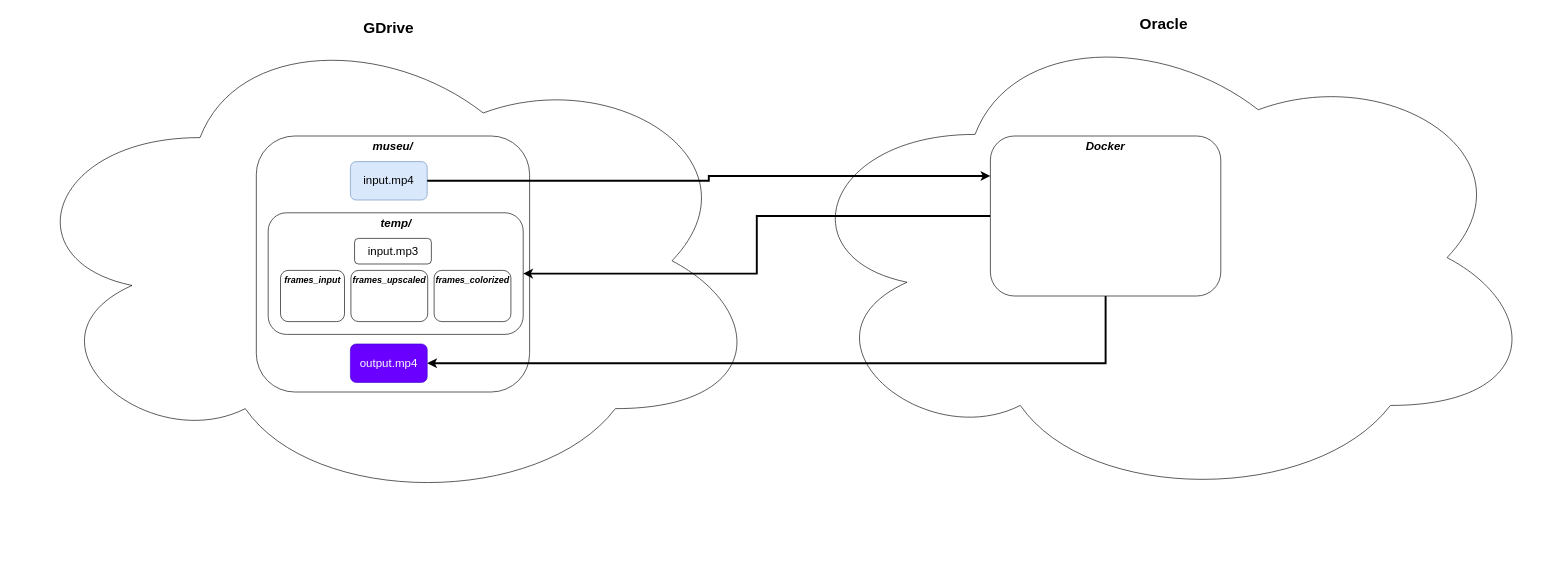
This is Diagrama sem nome.drawio from jrafaelrn/museu, a draw.io file, before an edit. Source tidied: cells renumbered, new cells numbered last; positions are measured from the earlier drawing's top-left corner, leaving out a move shared by most shapes. Both pictures are drawn from the tidied source at 64%, with x=0, y=0 at pixel (11, 11).
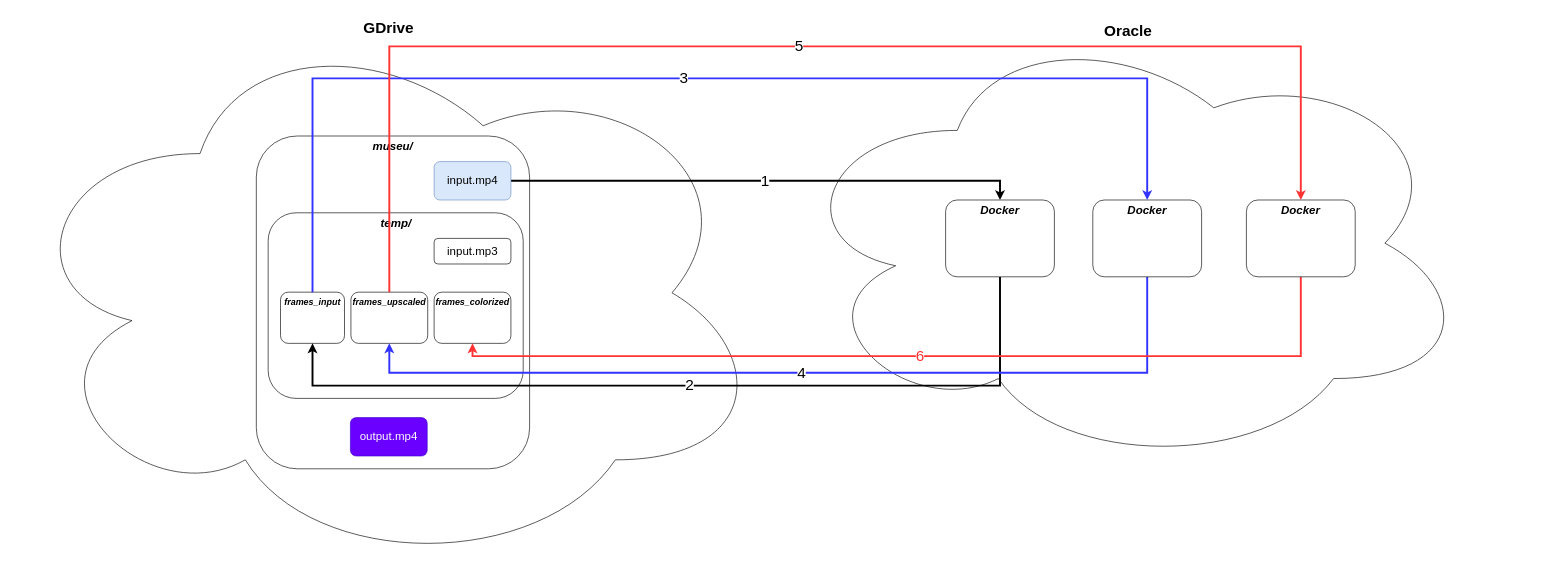
The same page after the edit.

The edit, as a diff of the source:
```diff
@@
-    <mxCell id="2" value="GDrive" style="ellipse;shape=cloud;whiteSpace=wrap;html=1;rounded=1;fontSize=24;horizontal=1;verticalAlign=top;fontStyle=1;" parent="1" vertex="1">
-      <mxGeometry y="5" width="1180" height="770" as="geometry" />
+    <mxCell id="2" value="GDrive" style="ellipse;shape=cloud;whiteSpace=wrap;html=1;rounded=1;fontSize=24;horizontal=1;verticalAlign=top;fontStyle=1;fillColor=default;" parent="1" vertex="1">
+      <mxGeometry y="5" width="1180" height="870" as="geometry" />
     </mxCell>
     <mxCell id="3" value="museu/" style="whiteSpace=wrap;html=1;rounded=1;verticalAlign=top;fontSize=18;fontStyle=3;" parent="1" vertex="1">
-      <mxGeometry x="383" y="195" width="427" height="400" as="geometry" />
+      <mxGeometry x="383" y="195" width="427" height="520" as="geometry" />
     </mxCell>
-    <mxCell id="4" value="input.mp4" style="rounded=1;whiteSpace=wrap;html=1;fontSize=18;fillColor=#dae8fc;strokeColor=#6c8ebf;" parent="1" vertex="1">
-      <mxGeometry x="530" y="235" width="120" height="60" as="geometry" />
-    </mxCell>
     <mxCell id="5" value="temp/" style="whiteSpace=wrap;html=1;rounded=1;verticalAlign=top;fontSize=18;fontStyle=3;" parent="1" vertex="1">
-      <mxGeometry x="401.5" y="315" width="398.5" height="190" as="geometry" />
+      <mxGeometry x="401.5" y="315" width="398.5" height="290" as="geometry" />
     </mxCell>
     <mxCell id="6" value="frames_input" style="whiteSpace=wrap;html=1;rounded=1;verticalAlign=top;fontSize=14;fontStyle=3;" parent="1" vertex="1">
-      <mxGeometry x="420.8" y="405" width="100" height="80" as="geometry" />
+      <mxGeometry x="420.8" y="439" width="100" height="80" as="geometry" />
     </mxCell>
     <mxCell id="7" value="frames_upscaled" style="whiteSpace=wrap;html=1;rounded=1;verticalAlign=top;fontSize=14;fontStyle=3;" parent="1" vertex="1">
-      <mxGeometry x="530.8" y="405" width="120" height="80" as="geometry" />
+      <mxGeometry x="530.8" y="439" width="120" height="80" as="geometry" />
     </mxCell>
     <mxCell id="8" value="frames_colorized" style="whiteSpace=wrap;html=1;rounded=1;verticalAlign=top;fontSize=14;fontStyle=3;" parent="1" vertex="1">
-      <mxGeometry x="660.8" y="405" width="120" height="80" as="geometry" />
+      <mxGeometry x="660.8" y="439" width="120" height="80" as="geometry" />
     </mxCell>
     <mxCell id="9" value="output.mp4" style="rounded=1;whiteSpace=wrap;html=1;fontSize=18;fillColor=#6a00ff;strokeColor=#3700CC;fontColor=#ffffff;" parent="1" vertex="1">
-      <mxGeometry x="530" y="520" width="120" height="60" as="geometry" />
+      <mxGeometry x="530" y="635" width="120" height="60" as="geometry" />
     </mxCell>
     <mxCell id="10" value="Oracle" style="ellipse;shape=cloud;whiteSpace=wrap;html=1;rounded=1;fontSize=24;horizontal=1;verticalAlign=top;fontStyle=1;" parent="1" vertex="1">
-      <mxGeometry x="1211" width="1180" height="770" as="geometry" />
+      <mxGeometry x="1211" y="10" width="1069" height="705" as="geometry" />
     </mxCell>
-    <mxCell id="11" style="edgeStyle=orthogonalEdgeStyle;shape=connector;rounded=0;jettySize=auto;html=1;exitX=0;exitY=0.5;exitDx=0;exitDy=0;entryX=1;entryY=0.5;entryDx=0;entryDy=0;labelBackgroundColor=default;strokeColor=default;strokeWidth=3;fontFamily=Helvetica;fontSize=14;fontColor=default;endArrow=classic;" parent="1" edge="1" source="13" target="5">
-      <mxGeometry relative="1" as="geometry" />
+    <mxCell id="11" value="2" style="edgeStyle=orthogonalEdgeStyle;shape=connector;rounded=0;jettySize=auto;html=1;exitX=0.5;exitY=1;exitDx=0;exitDy=0;entryX=0.5;entryY=1;entryDx=0;entryDy=0;labelBackgroundColor=default;strokeColor=default;strokeWidth=3;fontFamily=Helvetica;fontSize=24;fontColor=default;endArrow=classic;" parent="1" edge="1" source="13" target="6">
+      <mxGeometry relative="1" as="geometry">
+        <Array as="points">
+          <mxPoint x="1545" y="585" />
+          <mxPoint x="471" y="585" />
+        </Array>
+      </mxGeometry>
     </mxCell>
-    <mxCell id="12" style="edgeStyle=orthogonalEdgeStyle;shape=connector;rounded=0;jettySize=auto;html=1;exitX=0.5;exitY=1;exitDx=0;exitDy=0;entryX=1;entryY=0.5;entryDx=0;entryDy=0;labelBackgroundColor=default;strokeColor=default;strokeWidth=3;fontFamily=Helvetica;fontSize=14;fontColor=default;endArrow=classic;" parent="1" edge="1" source="13" target="9">
-      <mxGeometry relative="1" as="geometry" />
-    </mxCell>
     <mxCell id="13" value="Docker" style="whiteSpace=wrap;html=1;rounded=1;verticalAlign=top;fontSize=18;fontStyle=3;" parent="1" vertex="1">
-      <mxGeometry x="1530" y="195" width="360" height="250" as="geometry" />
+      <mxGeometry x="1460" y="295" width="170" height="120" as="geometry" />
     </mxCell>
-    <mxCell id="14" style="edgeStyle=orthogonalEdgeStyle;rounded=0;jettySize=auto;html=1;entryX=0;entryY=0.25;entryDx=0;entryDy=0;fontSize=14;strokeWidth=3;" parent="1" edge="1" source="4" target="13">
+    <mxCell id="14" value="1" style="edgeStyle=orthogonalEdgeStyle;rounded=0;jettySize=auto;html=1;entryX=0.5;entryY=0;entryDx=0;entryDy=0;fontSize=24;strokeWidth=3;" parent="1" edge="1" source="4" target="13">
       <mxGeometry relative="1" as="geometry" />
     </mxCell>
+    <mxCell id="16" value="&lt;font style=&quot;font-size: 24px;&quot;&gt;4&lt;/font&gt;" style="edgeStyle=orthogonalEdgeStyle;shape=connector;rounded=0;jettySize=auto;html=1;exitX=0.5;exitY=1;exitDx=0;exitDy=0;entryX=0.5;entryY=1;entryDx=0;entryDy=0;labelBackgroundColor=default;strokeColor=#3333FF;strokeWidth=3;fontFamily=Helvetica;fontSize=14;fontColor=default;endArrow=classic;" parent="1" edge="1" source="17" target="7">
+      <mxGeometry relative="1" as="geometry">
+        <Array as="points">
+          <mxPoint x="1775" y="565" />
+          <mxPoint x="591" y="565" />
+        </Array>
+      </mxGeometry>
+    </mxCell>
+    <mxCell id="17" value="Docker" style="whiteSpace=wrap;html=1;rounded=1;verticalAlign=top;fontSize=18;fontStyle=3;" parent="1" vertex="1">
+      <mxGeometry x="1690" y="295" width="170" height="120" as="geometry" />
+    </mxCell>
+    <mxCell id="18" value="6" style="edgeStyle=orthogonalEdgeStyle;shape=connector;rounded=0;jettySize=auto;html=1;exitX=0.5;exitY=1;exitDx=0;exitDy=0;entryX=0.5;entryY=1;entryDx=0;entryDy=0;labelBackgroundColor=default;strokeColor=#FF3333;strokeWidth=3;fontFamily=Helvetica;fontSize=24;fontColor=#FF3333;endArrow=classic;" parent="1" edge="1" source="19" target="8">
+      <mxGeometry relative="1" as="geometry" />
+    </mxCell>
+    <mxCell id="19" value="Docker" style="whiteSpace=wrap;html=1;rounded=1;verticalAlign=top;fontSize=18;fontStyle=3;" parent="1" vertex="1">
+      <mxGeometry x="1930" y="295" width="170" height="120" as="geometry" />
+    </mxCell>
+    <mxCell id="20" value="&lt;font style=&quot;font-size: 24px;&quot;&gt;3&lt;/font&gt;" style="edgeStyle=orthogonalEdgeStyle;shape=connector;rounded=0;jettySize=auto;html=1;exitX=0.5;exitY=0;exitDx=0;exitDy=0;entryX=0.5;entryY=0;entryDx=0;entryDy=0;labelBackgroundColor=default;strokeColor=#3333FF;strokeWidth=3;fontFamily=Helvetica;fontSize=14;fontColor=default;endArrow=classic;" parent="1" edge="1" source="6" target="17">
+      <mxGeometry relative="1" as="geometry">
+        <Array as="points">
+          <mxPoint x="471" y="105" />
+          <mxPoint x="1775" y="105" />
+        </Array>
+      </mxGeometry>
+    </mxCell>
     <mxCell id="15" value="input.mp3" style="rounded=1;whiteSpace=wrap;html=1;fontSize=18;" parent="1" vertex="1">
-      <mxGeometry x="536.5" y="355" width="120" height="40" as="geometry" />
+      <mxGeometry x="660.8" y="355" width="120" height="40" as="geometry" />
     </mxCell>
+    <mxCell id="4" value="input.mp4" style="rounded=1;whiteSpace=wrap;html=1;fontSize=18;fillColor=#dae8fc;strokeColor=#6c8ebf;" parent="1" vertex="1">
+      <mxGeometry x="660.8" y="235" width="120" height="60" as="geometry" />
+    </mxCell>
+    <mxCell id="21" value="5" style="edgeStyle=orthogonalEdgeStyle;shape=connector;rounded=0;jettySize=auto;html=1;entryX=0.5;entryY=0;entryDx=0;entryDy=0;labelBackgroundColor=default;strokeColor=#FF3333;strokeWidth=3;fontFamily=Helvetica;fontSize=24;fontColor=default;endArrow=classic;exitX=0.5;exitY=0;exitDx=0;exitDy=0;" parent="1" edge="1" source="7" target="19">
+      <mxGeometry relative="1" as="geometry">
+        <Array as="points">
+          <mxPoint x="591" y="55" />
+          <mxPoint x="2015" y="55" />
+        </Array>
+      </mxGeometry>
+    </mxCell>
```
